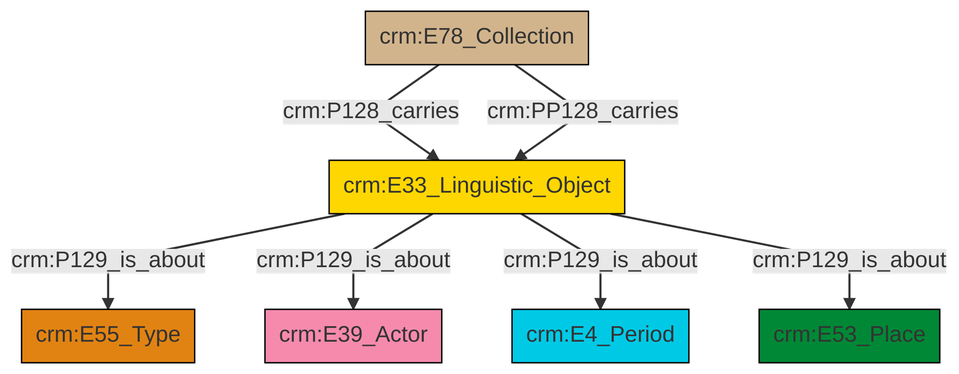
This is et/archivalCSV/ttl/mmd/png/archival_aboutness.png from swiss-art-research-net/docs.swissartresearch, a Mermaid export, as it was before one commit. Its source is kept beside it as et/archivalCSV/ttl/mmd/archival_aboutness.ttl.mmd.
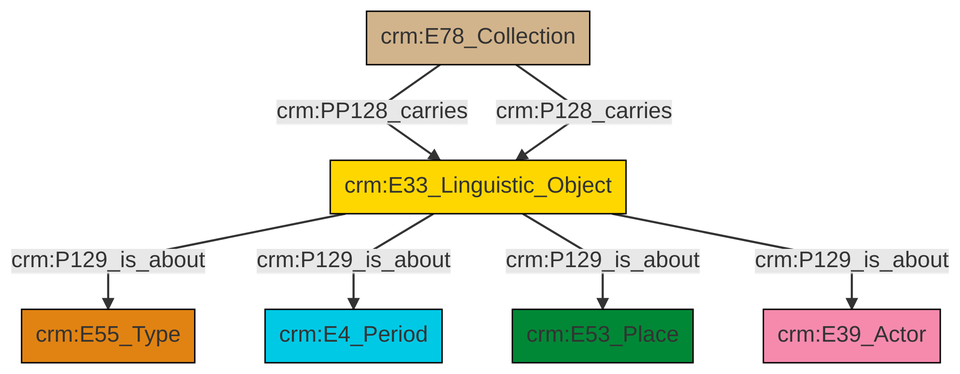
The same diagram one commit later.

Change to the diagram source:
```diff
@@ -13,9 +13,9 @@
 classDef PC_Classes fill:#4ce600, stroke:#000000;
 classDef Multi fill:#cccccc,stroke:#000000;
 
-0["crm:E33_Linguistic_Object"]:::Conceptual_Object -->|crm:P129_is_about| 1["crm:E55_Type"]:::Type
-2["crm:E78_Collection"]:::Physical_Thing -->|crm:P128_carries| 0["crm:E33_Linguistic_Object"]:::Conceptual_Object
-0["crm:E33_Linguistic_Object"]:::Conceptual_Object -->|crm:P129_is_about| 3["crm:E39_Actor"]:::Actor
-2["crm:E78_Collection"]:::Physical_Thing -->|crm:PP128_carries| 0["crm:E33_Linguistic_Object"]:::Conceptual_Object
-0["crm:E33_Linguistic_Object"]:::Conceptual_Object -->|crm:P129_is_about| 4["crm:E4_Period"]:::Temporal_Entity
-0["crm:E33_Linguistic_Object"]:::Conceptual_Object -->|crm:P129_is_about| 6["crm:E53_Place"]:::Place
+4["crm:E78_Collection"]:::Physical_Thing -->|crm:PP128_carries| 5["crm:E33_Linguistic_Object"]:::Conceptual_Object
+5["crm:E33_Linguistic_Object"]:::Conceptual_Object -->|crm:P129_is_about| 7["crm:E55_Type"]:::Type
+4["crm:E78_Collection"]:::Physical_Thing -->|crm:P128_carries| 5["crm:E33_Linguistic_Object"]:::Conceptual_Object
+5["crm:E33_Linguistic_Object"]:::Conceptual_Object -->|crm:P129_is_about| 9["crm:E4_Period"]:::Temporal_Entity
+5["crm:E33_Linguistic_Object"]:::Conceptual_Object -->|crm:P129_is_about| 2["crm:E53_Place"]:::Place
+5["crm:E33_Linguistic_Object"]:::Conceptual_Object -->|crm:P129_is_about| 0["crm:E39_Actor"]:::Actor
```
